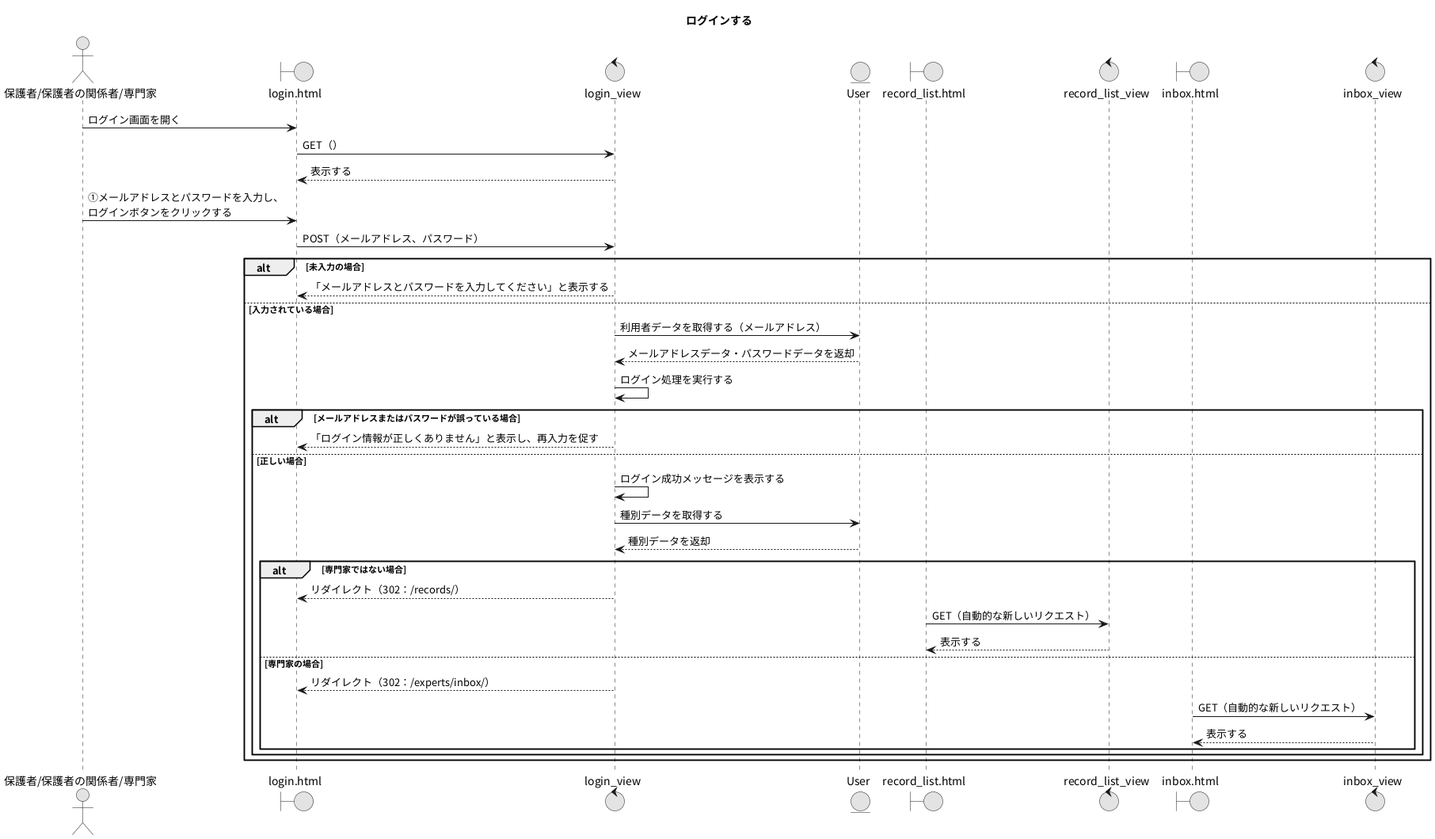
Ma2naga190330/26_sotugyou_puml keeps this PlantUML diagram as PNG/02_ログインする.png. Above is the earlier version.
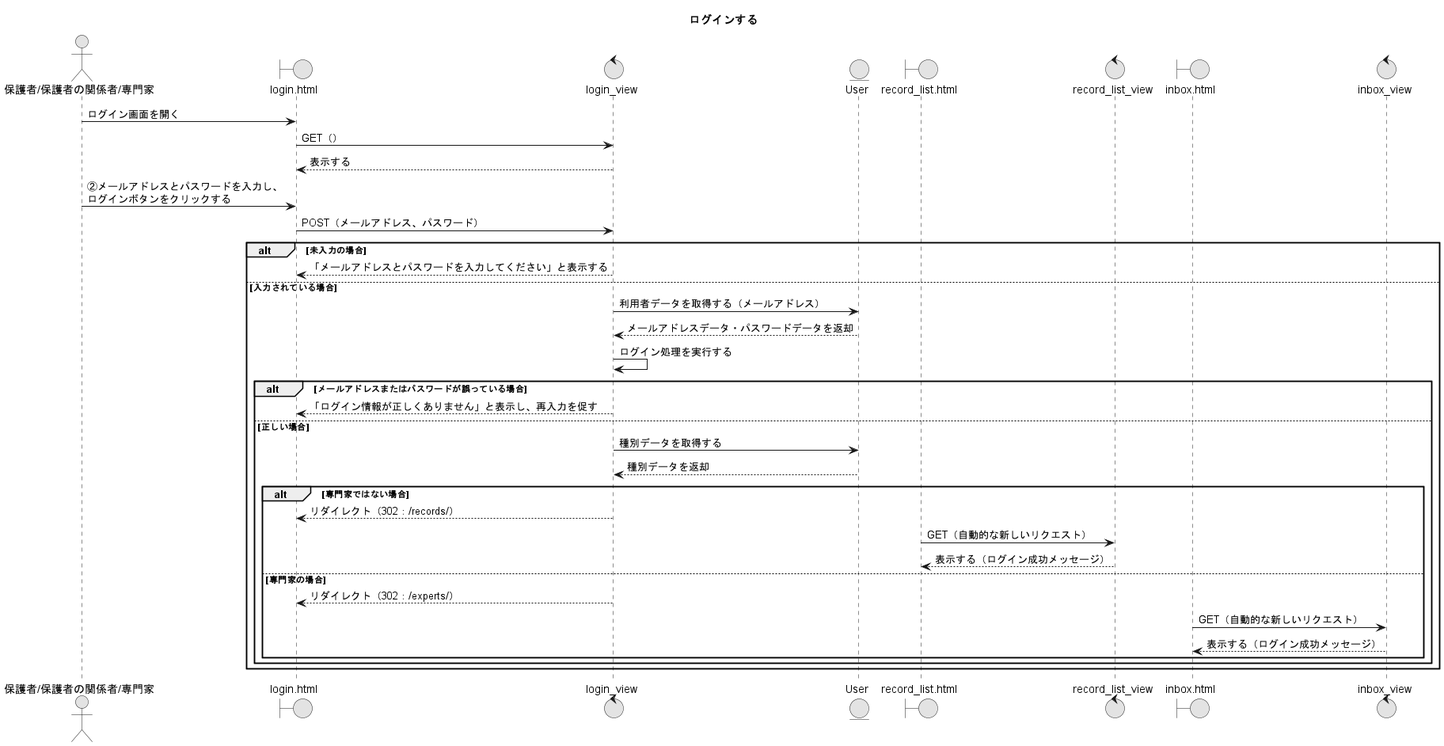
Above is the later version.

What changed in the source:
```diff
@@ -16,7 +16,7 @@
 LP -> LV : GET（）
 LV --> LP : 表示する
 
-A -> LP : ①メールアドレスとパスワードを入力し、\nログインボタンをクリックする
+A -> LP : ②メールアドレスとパスワードを入力し、\nログインボタンをクリックする
 LP -> LV : POST（メールアドレス、パスワード）
 alt 未入力の場合
   LV --> LP : 「メールアドレスとパスワードを入力してください」と表示する
@@ -27,17 +27,16 @@
   alt メールアドレスまたはパスワードが誤っている場合
     LV --> LP : 「ログイン情報が正しくありません」と表示し、再入力を促す
   else 正しい場合
-    LV -> LV : ログイン成功メッセージを表示する
     LV -> UM : 種別データを取得する
     LV <-- UM : 種別データを返却
     alt 専門家ではない場合
       LV --> LP : リダイレクト（302：/records/）
       RLP -> RLV : GET（自動的な新しいリクエスト）
-      RLV --> RLP : 表示する
+      RLV --> RLP : 表示する（ログイン成功メッセージ）
     else 専門家の場合
-      LV --> LP : リダイレクト（302：/experts/inbox/）
+      LV --> LP : リダイレクト（302：/experts/）
       IBP -> IBV : GET（自動的な新しいリクエスト）
-      IBV --> IBP : 表示する
+      IBV --> IBP : 表示する（ログイン成功メッセージ）
     end
   end
 end
```
